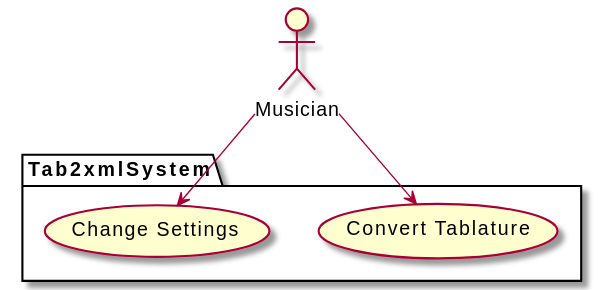
ahopk127/eecs2311-tab2xml keeps this PlantUML diagram as Documentation/Diagrams/use-case-diagram.svg. Above is the earlier version.
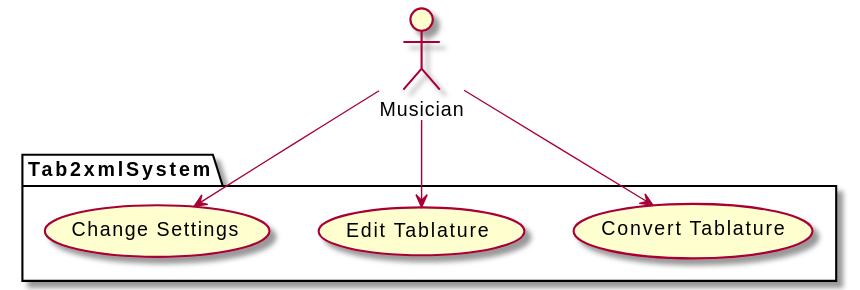
After the change.

The edit, as a diff of the source:
```diff
@@ -3,9 +3,11 @@
 
 package Tab2xmlSystem {
   usecase "Convert Tablature" as UC1
-  usecase "Change Settings" as UC2
+  usecase "Edit Tablature" as UC2
+  usecase "Change Settings" as UC3
 }
 
 Musician --> UC1
 Musician --> UC2
+Musician --> UC3
 @enduml
```
